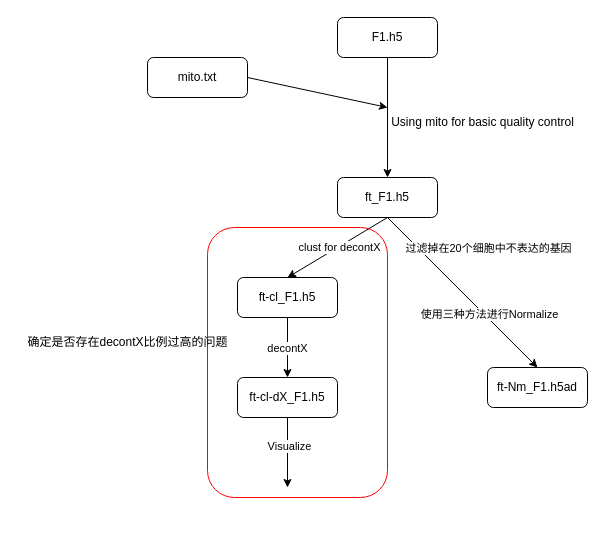
Earlier version of the draw.io diagram .structure/structure.drawio (zliu90693/downstream_analysis). Source tidied: cells renumbered, new cells numbered last; positions are measured from the earlier drawing's top-left corner, leaving out a move shared by most shapes. Both pictures are drawn from the tidied source at 100%, with x=0, y=0 at pixel (17, 17).
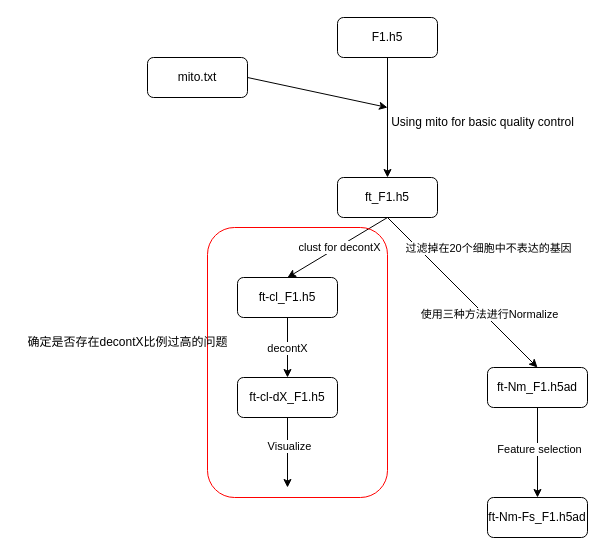
The same page after the edit.

The change refers to these unchanged cells:
```xml
<mxCell id="22" value="ft-Nm_F1.h5ad" style="rounded=1;whiteSpace=wrap;html=1;" parent="1" vertex="1">
  <mxGeometry x="470" y="350" width="100" height="40" as="geometry" />
</mxCell>
```

Change to the diagram source:
```diff
@@
+    <mxCell id="23" style="edgeStyle=none;html=1;exitX=0.5;exitY=1;exitDx=0;exitDy=0;entryX=0.5;entryY=0;entryDx=0;entryDy=0;" parent="1" edge="1" source="22" target="25">
+      <mxGeometry relative="1" as="geometry" />
+    </mxCell>
+    <mxCell id="24" value="Feature selection" style="edgeLabel;html=1;align=center;verticalAlign=middle;" parent="23" vertex="1">
+      <mxGeometry x="-0.09" y="1" relative="1" as="geometry" />
+    </mxCell>
@@
+    <mxCell id="25" value="ft-Nm-Fs_F1.h5ad" style="rounded=1;whiteSpace=wrap;html=1;" parent="1" vertex="1">
+      <mxGeometry x="470" y="480" width="100" height="40" as="geometry" />
+    </mxCell>
```
